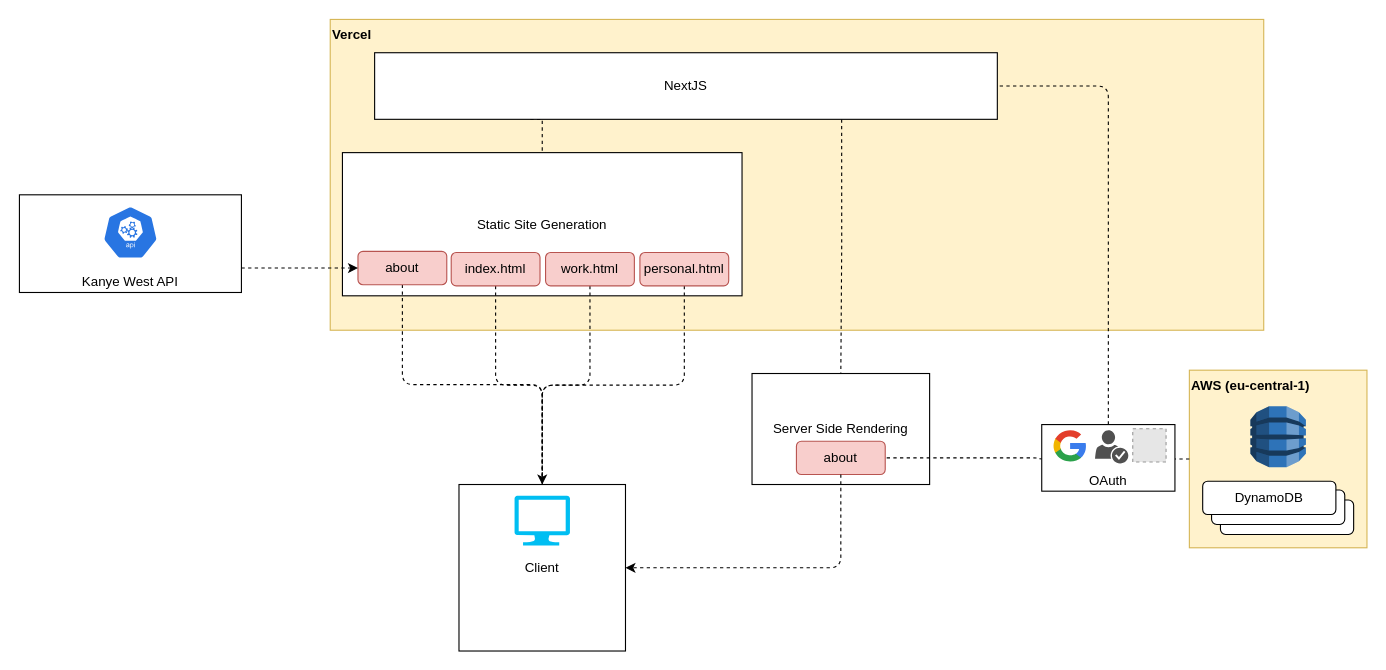
Earlier version of the draw.io diagram docs/UML.drawio (SimponGoril/about-me). Source tidied: cells renumbered, new cells numbered last; positions are measured from the earlier drawing's top-left corner, leaving out a move shared by most shapes. Both pictures are drawn from the tidied source at 111%, with x=0, y=0 at pixel (19, 19). Pictures stored in the file or linked from it are replaced by grey dashed boxes.
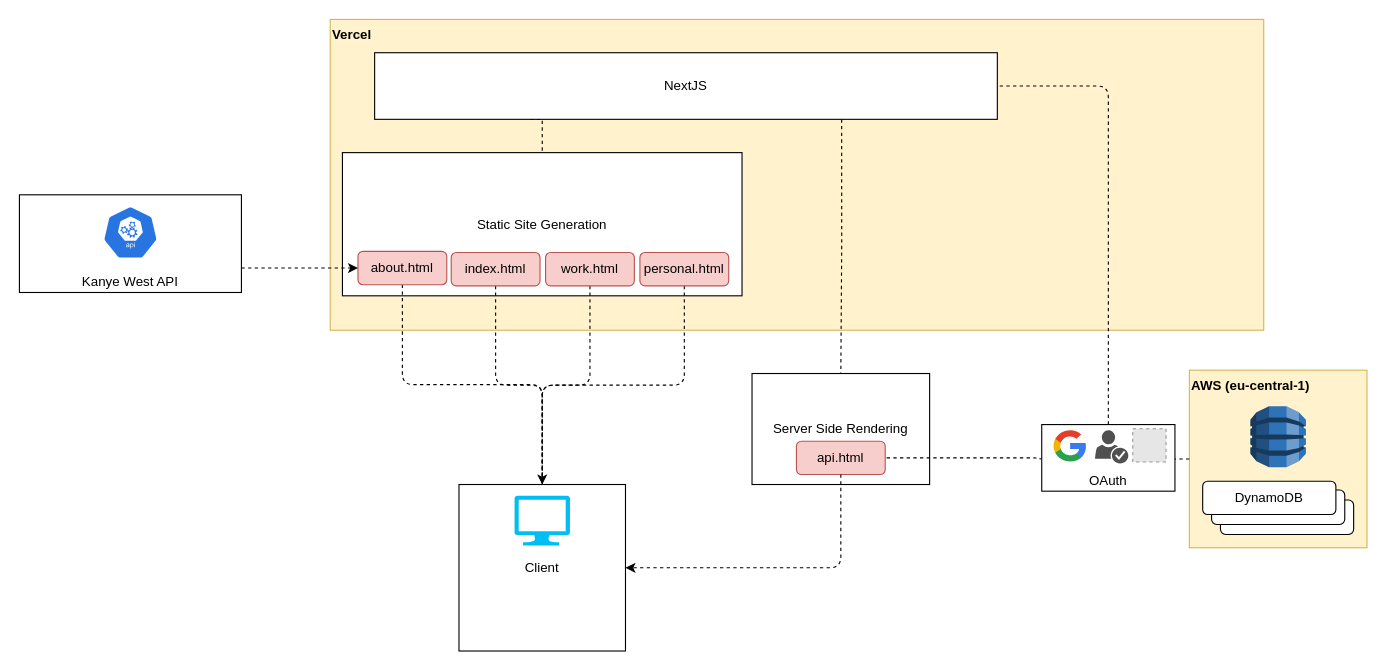
After the change.

The edit, as a diff of the source:
```diff
@@
-    <mxCell id="18" value="about" style="rounded=1;whiteSpace=wrap;html=1;fillColor=#f8cecc;strokeColor=#b85450;" parent="1" vertex="1">
+    <mxCell id="18" value="about.html" style="rounded=1;whiteSpace=wrap;html=1;fillColor=#f8cecc;strokeColor=#b85450;" parent="1" vertex="1">
       <mxGeometry x="305" y="209" width="80" height="30" as="geometry" />
     </mxCell>
@@
-    <mxCell id="23" value="about" style="rounded=1;whiteSpace=wrap;html=1;fillColor=#f8cecc;strokeColor=#b85450;" parent="1" vertex="1">
+    <mxCell id="23" value="api.html" style="rounded=1;whiteSpace=wrap;html=1;fillColor=#f8cecc;strokeColor=#b85450;" parent="1" vertex="1">
       <mxGeometry x="700" y="380" width="80" height="30" as="geometry" />
     </mxCell>
```
